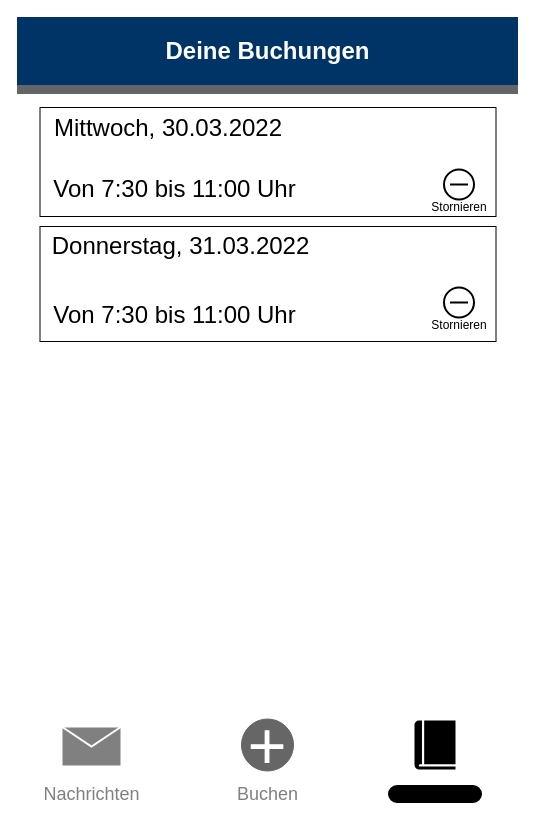
Before: page "Chronik" (3 of 6) of Doc/LowFiMockUp.drawio in J4ay/Desk-Planner, a draw.io diagram. Source tidied: cells renumbered, new cells numbered last; positions are measured from the earlier drawing's top-left corner, leaving out a move shared by most shapes. Both pictures are drawn from the tidied source at 100%, with x=0, y=0 at pixel (17, 17).
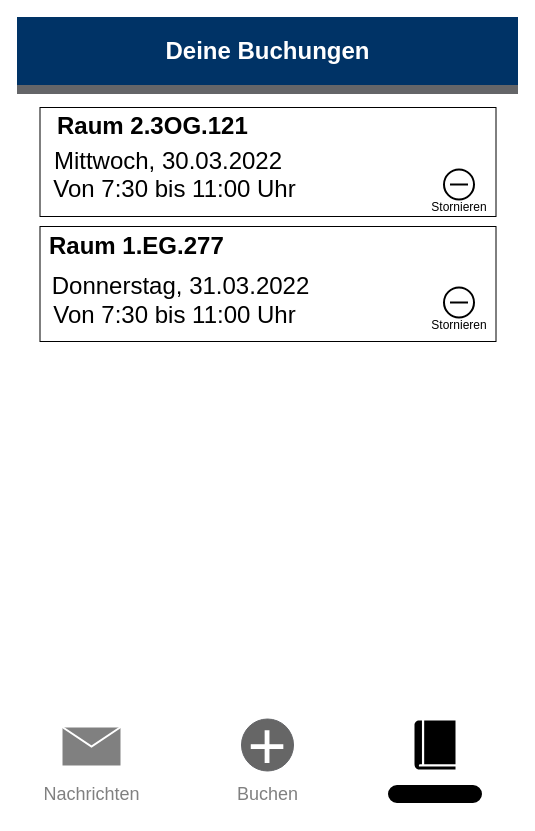
The same page after the edit.

What changed in the source:
```diff
@@
     <mxCell id="4" value="Mittwoch, 30.03.2022" style="text;html=1;strokeColor=none;fillColor=none;align=center;verticalAlign=middle;whiteSpace=wrap;rounded=0;fontSize=24;fontColor=#000000;" parent="1" vertex="1">
-      <mxGeometry x="29.5" y="96" width="242" height="30" as="geometry" />
+      <mxGeometry x="29.5" y="129" width="242" height="30" as="geometry" />
     </mxCell>
     <mxCell id="5" value="Donnerstag, 31.03.2022" style="text;html=1;strokeColor=none;fillColor=none;align=center;verticalAlign=middle;whiteSpace=wrap;rounded=0;fontSize=24;fontColor=#000000;" parent="1" vertex="1">
-      <mxGeometry x="29.5" y="214" width="267" height="30" as="geometry" />
+      <mxGeometry x="29.5" y="255" width="267" height="28" as="geometry" />
     </mxCell>
@@
+    <mxCell id="23" value="&lt;b&gt;Raum 1.EG.277&lt;/b&gt;" style="text;html=1;strokeColor=none;fillColor=none;align=left;verticalAlign=middle;whiteSpace=wrap;rounded=0;fontSize=24;fontColor=#000000;" parent="1" vertex="1">
+      <mxGeometry x="29.5" y="215" width="299.5" height="28" as="geometry" />
+    </mxCell>
+    <mxCell id="24" value="&lt;b&gt;Raum 2.3OG.121&lt;/b&gt;" style="text;html=1;strokeColor=none;fillColor=none;align=left;verticalAlign=middle;whiteSpace=wrap;rounded=0;fontSize=24;fontColor=#000000;" parent="1" vertex="1">
+      <mxGeometry x="38" y="95" width="299.5" height="28" as="geometry" />
+    </mxCell>
```
